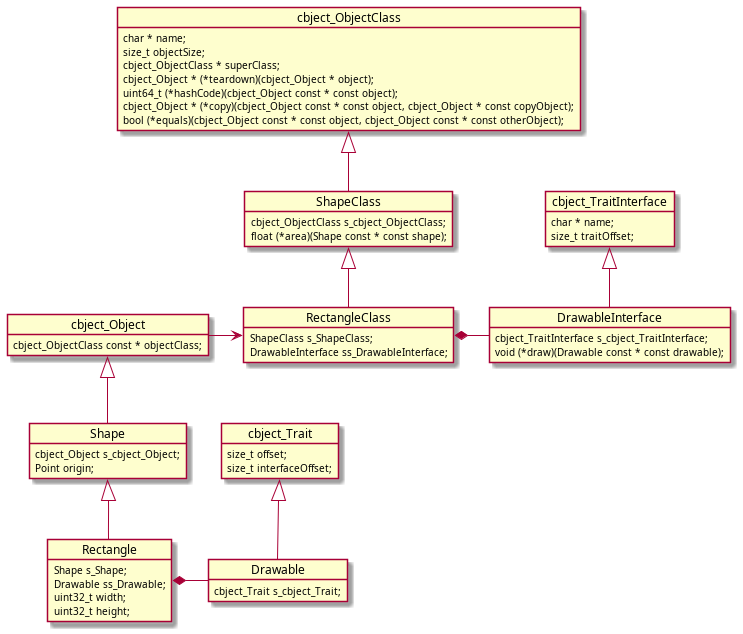
Earlier version of the PlantUML export docs/media/diag-rectangle-class-example.png (alexmarincu/Cbject).
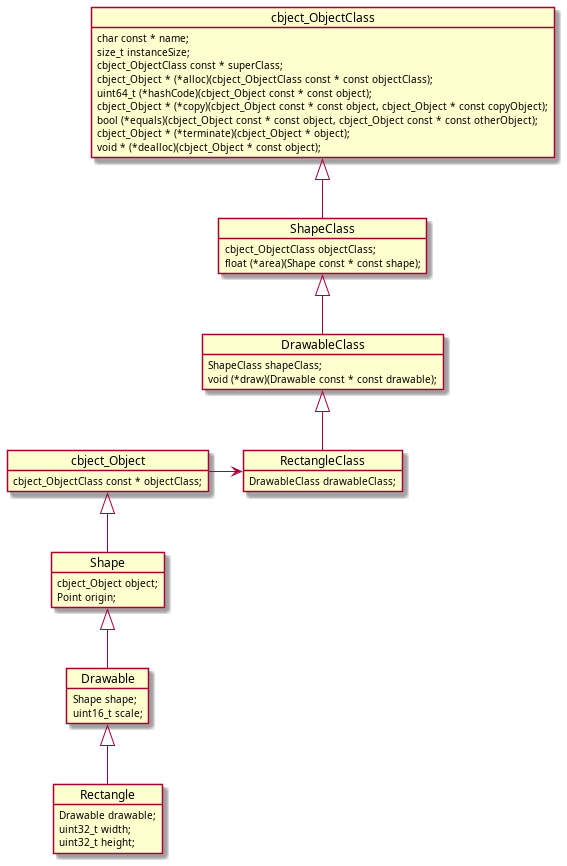
The same diagram one commit later.

Change to the diagram source:
```diff
@@ -1,56 +1,47 @@
 @startuml
 object Rectangle {
-    Shape s_Shape;
-    Drawable ss_Drawable;
+    Drawable drawable;
     uint32_t width;
     uint32_t height;
 }
+object RectangleClass {
+    DrawableClass drawableClass;
+}
+object Drawable {
+    Shape shape;
+    uint16_t scale;
+}
+object DrawableClass {
+    ShapeClass shapeClass;
+    void (*draw)(Drawable const * const drawable);
+}
 object Shape {
-    cbject_Object s_cbject_Object;
+    cbject_Object object;
     Point origin;
 }
-object Drawable {
-    cbject_Trait s_cbject_Trait;
-}
-object DrawableInterface {
-    cbject_TraitInterface s_cbject_TraitInterface;
-    void (*draw)(Drawable const * const drawable);
-}
-object cbject_Trait {
-    size_t offset;
-    size_t interfaceOffset;
-}
-object RectangleClass {
-    ShapeClass s_ShapeClass;
-    DrawableInterface ss_DrawableInterface;
-}
-object cbject_TraitInterface {
-    char * name;
-    size_t traitOffset;
+object ShapeClass {
+    cbject_ObjectClass objectClass;
+    float (*area)(Shape const * const shape);
 }
 object cbject_Object {
     cbject_ObjectClass const * objectClass;
 }
-object ShapeClass {
-    cbject_ObjectClass s_cbject_ObjectClass;
-    float (*area)(Shape const * const shape);
-}
 object cbject_ObjectClass {
-    char * name;
-    size_t objectSize;
-    cbject_ObjectClass * superClass;
-    cbject_Object * (*teardown)(cbject_Object * object);
+    char const * name;
+    size_t instanceSize;
+    cbject_ObjectClass const * superClass;
+    cbject_Object * (*alloc)(cbject_ObjectClass const * const objectClass);
     uint64_t (*hashCode)(cbject_Object const * const object);
     cbject_Object * (*copy)(cbject_Object const * const object, cbject_Object * const copyObject);
     bool (*equals)(cbject_Object const * const object, cbject_Object const * const otherObject);
+    cbject_Object * (*terminate)(cbject_Object * object);
+    void * (*dealloc)(cbject_Object * const object);
 }
-Rectangle -u-|> Shape
-Rectangle *-r- Drawable
-RectangleClass *-r- DrawableInterface
-Drawable -u-|> cbject_Trait
-DrawableInterface -u-|> cbject_TraitInterface
-RectangleClass -u-|> ShapeClass
+Rectangle -u-|> Drawable
+RectangleClass -u-|> DrawableClass
+Drawable -u-|> Shape
+DrawableClass -u-|> ShapeClass
 Shape -u-|> cbject_Object
+ShapeClass -u-|> cbject_ObjectClass
 cbject_Object -r-> RectangleClass
-ShapeClass -u-|> cbject_ObjectClass
 @enduml
```
